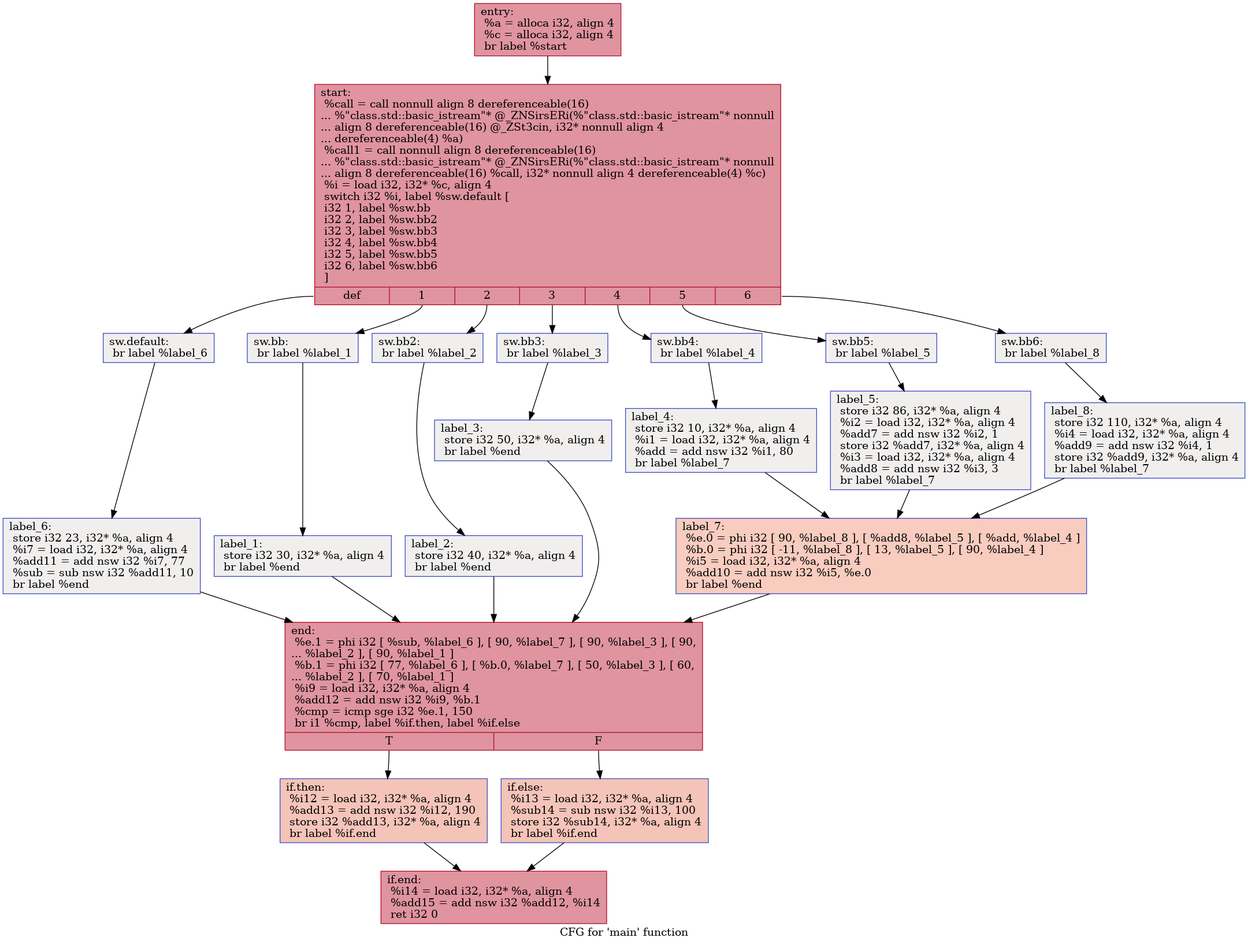
Earlier version of the Graphviz export IR/cfg/baseline.dot.png (HPSSA-LLVM/HPSSA-LLVM). Its source is kept beside it as IR/cfg/baseline.dot.
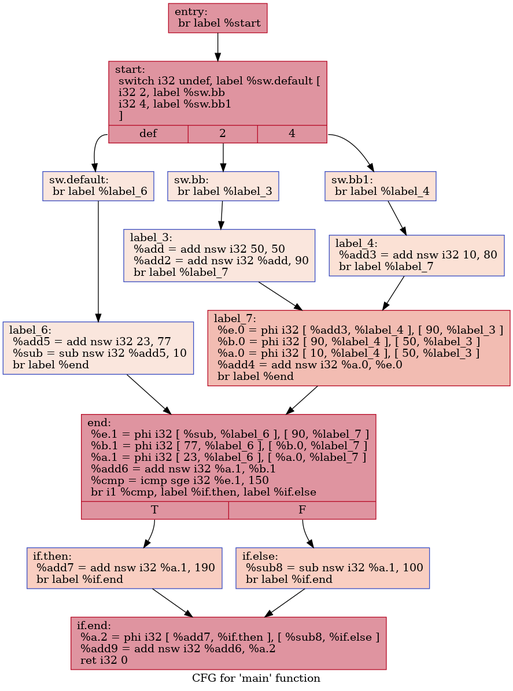
Later version of the same file.

Change to the diagram source:
```diff
@@ -1,52 +1,32 @@
 digraph "CFG for 'main' function" {
 	label="CFG for 'main' function";
 
-	Node0x5556e15b5560 [shape=record,color="#b70d28ff", style=filled, fillcolor="#b70d2870",label="{entry:\l  %a = alloca i32, align 4\l  %c = alloca i32, align 4\l  br label %start\l}"];
-	Node0x5556e15b5560 -> Node0x5556e15b57b0;
-	Node0x5556e15b57b0 [shape=record,color="#b70d28ff", style=filled, fillcolor="#b70d2870",label="{start:                                            \l  %call = call nonnull align 8 dereferenceable(16)\l... %\"class.std::basic_istream\"* @_ZNSirsERi(%\"class.std::basic_istream\"* nonnull\l... align 8 dereferenceable(16) @_ZSt3cin, i32* nonnull align 4\l... dereferenceable(4) %a)\l  %call1 = call nonnull align 8 dereferenceable(16)\l... %\"class.std::basic_istream\"* @_ZNSirsERi(%\"class.std::basic_istream\"* nonnull\l... align 8 dereferenceable(16) %call, i32* nonnull align 4 dereferenceable(4) %c)\l  %i = load i32, i32* %c, align 4\l  switch i32 %i, label %sw.default [\l    i32 1, label %sw.bb\l    i32 2, label %sw.bb2\l    i32 3, label %sw.bb3\l    i32 4, label %sw.bb4\l    i32 5, label %sw.bb5\l    i32 6, label %sw.bb6\l  ]\l|{<s0>def|<s1>1|<s2>2|<s3>3|<s4>4|<s5>5|<s6>6}}"];
-	Node0x5556e15b57b0:s0 -> Node0x5556e15b5c40;
-	Node0x5556e15b57b0:s1 -> Node0x5556e15b5d20;
-	Node0x5556e15b57b0:s2 -> Node0x5556e15b5e20;
-	Node0x5556e15b57b0:s3 -> Node0x5556e15b5f20;
-	Node0x5556e15b57b0:s4 -> Node0x5556e15b6020;
-	Node0x5556e15b57b0:s5 -> Node0x5556e15b6120;
-	Node0x5556e15b57b0:s6 -> Node0x5556e15b63c0;
-	Node0x5556e15b5d20 [shape=record,color="#3d50c3ff", style=filled, fillcolor="#e0dbd870",label="{sw.bb:                                            \l  br label %label_1\l}"];
-	Node0x5556e15b5d20 -> Node0x5556e15b66b0;
-	Node0x5556e15b5e20 [shape=record,color="#3d50c3ff", style=filled, fillcolor="#e0dbd870",label="{sw.bb2:                                           \l  br label %label_2\l}"];
-	Node0x5556e15b5e20 -> Node0x5556e15b6790;
-	Node0x5556e15b5f20 [shape=record,color="#3d50c3ff", style=filled, fillcolor="#e0dbd870",label="{sw.bb3:                                           \l  br label %label_3\l}"];
-	Node0x5556e15b5f20 -> Node0x5556e15b6870;
-	Node0x5556e15b6020 [shape=record,color="#3d50c3ff", style=filled, fillcolor="#e0dbd870",label="{sw.bb4:                                           \l  br label %label_4\l}"];
-	Node0x5556e15b6020 -> Node0x5556e15b6950;
-	Node0x5556e15b6120 [shape=record,color="#3d50c3ff", style=filled, fillcolor="#e0dbd870",label="{sw.bb5:                                           \l  br label %label_5\l}"];
-	Node0x5556e15b6120 -> Node0x5556e15b6a30;
-	Node0x5556e15b63c0 [shape=record,color="#3d50c3ff", style=filled, fillcolor="#e0dbd870",label="{sw.bb6:                                           \l  br label %label_8\l}"];
-	Node0x5556e15b63c0 -> Node0x5556e15b6b10;
-	Node0x5556e15b5c40 [shape=record,color="#3d50c3ff", style=filled, fillcolor="#e0dbd870",label="{sw.default:                                       \l  br label %label_6\l}"];
-	Node0x5556e15b5c40 -> Node0x5556e15b6bf0;
-	Node0x5556e15b66b0 [shape=record,color="#3d50c3ff", style=filled, fillcolor="#e0dbd870",label="{label_1:                                          \l  store i32 30, i32* %a, align 4\l  br label %end\l}"];
-	Node0x5556e15b66b0 -> Node0x5556e15b6d90;
-	Node0x5556e15b6790 [shape=record,color="#3d50c3ff", style=filled, fillcolor="#e0dbd870",label="{label_2:                                          \l  store i32 40, i32* %a, align 4\l  br label %end\l}"];
-	Node0x5556e15b6790 -> Node0x5556e15b6d90;
-	Node0x5556e15b6870 [shape=record,color="#3d50c3ff", style=filled, fillcolor="#e0dbd870",label="{label_3:                                          \l  store i32 50, i32* %a, align 4\l  br label %end\l}"];
-	Node0x5556e15b6870 -> Node0x5556e15b6d90;
-	Node0x5556e15b6950 [shape=record,color="#3d50c3ff", style=filled, fillcolor="#e0dbd870",label="{label_4:                                          \l  store i32 10, i32* %a, align 4\l  %i1 = load i32, i32* %a, align 4\l  %add = add nsw i32 %i1, 80\l  br label %label_7\l}"];
-	Node0x5556e15b6950 -> Node0x5556e15b7300;
-	Node0x5556e15b6a30 [shape=record,color="#3d50c3ff", style=filled, fillcolor="#e0dbd870",label="{label_5:                                          \l  store i32 86, i32* %a, align 4\l  %i2 = load i32, i32* %a, align 4\l  %add7 = add nsw i32 %i2, 1\l  store i32 %add7, i32* %a, align 4\l  %i3 = load i32, i32* %a, align 4\l  %add8 = add nsw i32 %i3, 3\l  br label %label_7\l}"];
-	Node0x5556e15b6a30 -> Node0x5556e15b7300;
-	Node0x5556e15b6b10 [shape=record,color="#3d50c3ff", style=filled, fillcolor="#e0dbd870",label="{label_8:                                          \l  store i32 110, i32* %a, align 4\l  %i4 = load i32, i32* %a, align 4\l  %add9 = add nsw i32 %i4, 1\l  store i32 %add9, i32* %a, align 4\l  br label %label_7\l}"];
-	Node0x5556e15b6b10 -> Node0x5556e15b7300;
-	Node0x5556e15b7300 [shape=record,color="#3d50c3ff", style=filled, fillcolor="#f08b6e70",label="{label_7:                                          \l  %e.0 = phi i32 [ 90, %label_8 ], [ %add8, %label_5 ], [ %add, %label_4 ]\l  %b.0 = phi i32 [ -11, %label_8 ], [ 13, %label_5 ], [ 90, %label_4 ]\l  %i5 = load i32, i32* %a, align 4\l  %add10 = add nsw i32 %i5, %e.0\l  br label %end\l}"];
-	Node0x5556e15b7300 -> Node0x5556e15b6d90;
-	Node0x5556e15b6bf0 [shape=record,color="#3d50c3ff", style=filled, fillcolor="#e0dbd870",label="{label_6:                                          \l  store i32 23, i32* %a, align 4\l  %i7 = load i32, i32* %a, align 4\l  %add11 = add nsw i32 %i7, 77\l  %sub = sub nsw i32 %add11, 10\l  br label %end\l}"];
-	Node0x5556e15b6bf0 -> Node0x5556e15b6d90;
-	Node0x5556e15b6d90 [shape=record,color="#b70d28ff", style=filled, fillcolor="#b70d2870",label="{end:                                              \l  %e.1 = phi i32 [ %sub, %label_6 ], [ 90, %label_7 ], [ 90, %label_3 ], [ 90,\l... %label_2 ], [ 90, %label_1 ]\l  %b.1 = phi i32 [ 77, %label_6 ], [ %b.0, %label_7 ], [ 50, %label_3 ], [ 60,\l... %label_2 ], [ 70, %label_1 ]\l  %i9 = load i32, i32* %a, align 4\l  %add12 = add nsw i32 %i9, %b.1\l  %cmp = icmp sge i32 %e.1, 150\l  br i1 %cmp, label %if.then, label %if.else\l|{<s0>T|<s1>F}}"];
-	Node0x5556e15b6d90:s0 -> Node0x5556e15b92c0;
-	Node0x5556e15b6d90:s1 -> Node0x5556e15b9330;
-	Node0x5556e15b92c0 [shape=record,color="#3d50c3ff", style=filled, fillcolor="#e97a5f70",label="{if.then:                                          \l  %i12 = load i32, i32* %a, align 4\l  %add13 = add nsw i32 %i12, 190\l  store i32 %add13, i32* %a, align 4\l  br label %if.end\l}"];
-	Node0x5556e15b92c0 -> Node0x5556e15b9650;
-	Node0x5556e15b9330 [shape=record,color="#3d50c3ff", style=filled, fillcolor="#e97a5f70",label="{if.else:                                          \l  %i13 = load i32, i32* %a, align 4\l  %sub14 = sub nsw i32 %i13, 100\l  store i32 %sub14, i32* %a, align 4\l  br label %if.end\l}"];
-	Node0x5556e15b9330 -> Node0x5556e15b9650;
-	Node0x5556e15b9650 [shape=record,color="#b70d28ff", style=filled, fillcolor="#b70d2870",label="{if.end:                                           \l  %i14 = load i32, i32* %a, align 4\l  %add15 = add nsw i32 %add12, %i14\l  ret i32 0\l}"];
+	Node0x5650fbdb5a30 [shape=record,color="#b70d28ff", style=filled, fillcolor="#b70d2870",label="{entry:\l  br label %start\l}"];
+	Node0x5650fbdb5a30 -> Node0x5650fbdb5b60;
+	Node0x5650fbdb5b60 [shape=record,color="#b70d28ff", style=filled, fillcolor="#b70d2870",label="{start:                                            \l  switch i32 undef, label %sw.default [\l    i32 2, label %sw.bb\l    i32 4, label %sw.bb1\l  ]\l|{<s0>def|<s1>2|<s2>4}}"];
+	Node0x5650fbdb5b60:s0 -> Node0x5650fbdb6070;
+	Node0x5650fbdb5b60:s1 -> Node0x5650fbdb60f0;
+	Node0x5650fbdb5b60:s2 -> Node0x5650fbdb6190;
+	Node0x5650fbdb60f0 [shape=record,color="#3d50c3ff", style=filled, fillcolor="#f3c7b170",label="{sw.bb:                                            \l  br label %label_3\l}"];
+	Node0x5650fbdb60f0 -> Node0x5650fbdb6320;
+	Node0x5650fbdb6190 [shape=record,color="#3d50c3ff", style=filled, fillcolor="#f7bca170",label="{sw.bb1:                                           \l  br label %label_4\l}"];
+	Node0x5650fbdb6190 -> Node0x5650fbdb6400;
+	Node0x5650fbdb6070 [shape=record,color="#3d50c3ff", style=filled, fillcolor="#f3c7b170",label="{sw.default:                                       \l  br label %label_6\l}"];
+	Node0x5650fbdb6070 -> Node0x5650fbdb64e0;
+	Node0x5650fbdb6320 [shape=record,color="#3d50c3ff", style=filled, fillcolor="#f3c7b170",label="{label_3:                                          \l  %add = add nsw i32 50, 50\l  %add2 = add nsw i32 %add, 90\l  br label %label_7\l}"];
+	Node0x5650fbdb6320 -> Node0x5650fbdb6780;
+	Node0x5650fbdb6400 [shape=record,color="#3d50c3ff", style=filled, fillcolor="#f7bca170",label="{label_4:                                          \l  %add3 = add nsw i32 10, 80\l  br label %label_7\l}"];
+	Node0x5650fbdb6400 -> Node0x5650fbdb6780;
+	Node0x5650fbdb6780 [shape=record,color="#b70d28ff", style=filled, fillcolor="#e1675170",label="{label_7:                                          \l  %e.0 = phi i32 [ %add3, %label_4 ], [ 90, %label_3 ]\l  %b.0 = phi i32 [ 90, %label_4 ], [ 50, %label_3 ]\l  %a.0 = phi i32 [ 10, %label_4 ], [ 50, %label_3 ]\l  %add4 = add nsw i32 %a.0, %e.0\l  br label %end\l}"];
+	Node0x5650fbdb6780 -> Node0x5650fbdb6de0;
+	Node0x5650fbdb64e0 [shape=record,color="#3d50c3ff", style=filled, fillcolor="#f3c7b170",label="{label_6:                                          \l  %add5 = add nsw i32 23, 77\l  %sub = sub nsw i32 %add5, 10\l  br label %end\l}"];
+	Node0x5650fbdb64e0 -> Node0x5650fbdb6de0;
+	Node0x5650fbdb6de0 [shape=record,color="#b70d28ff", style=filled, fillcolor="#b70d2870",label="{end:                                              \l  %e.1 = phi i32 [ %sub, %label_6 ], [ 90, %label_7 ]\l  %b.1 = phi i32 [ 77, %label_6 ], [ %b.0, %label_7 ]\l  %a.1 = phi i32 [ 23, %label_6 ], [ %a.0, %label_7 ]\l  %add6 = add nsw i32 %a.1, %b.1\l  %cmp = icmp sge i32 %e.1, 150\l  br i1 %cmp, label %if.then, label %if.else\l|{<s0>T|<s1>F}}"];
+	Node0x5650fbdb6de0:s0 -> Node0x5650fbdb7490;
+	Node0x5650fbdb6de0:s1 -> Node0x5650fbdb7880;
+	Node0x5650fbdb7490 [shape=record,color="#3d50c3ff", style=filled, fillcolor="#f2907270",label="{if.then:                                          \l  %add7 = add nsw i32 %a.1, 190\l  br label %if.end\l}"];
+	Node0x5650fbdb7490 -> Node0x5650fbdb7ae0;
+	Node0x5650fbdb7880 [shape=record,color="#3d50c3ff", style=filled, fillcolor="#f2907270",label="{if.else:                                          \l  %sub8 = sub nsw i32 %a.1, 100\l  br label %if.end\l}"];
+	Node0x5650fbdb7880 -> Node0x5650fbdb7ae0;
+	Node0x5650fbdb7ae0 [shape=record,color="#b70d28ff", style=filled, fillcolor="#b70d2870",label="{if.end:                                           \l  %a.2 = phi i32 [ %add7, %if.then ], [ %sub8, %if.else ]\l  %add9 = add nsw i32 %add6, %a.2\l  ret i32 0\l}"];
 }
```
